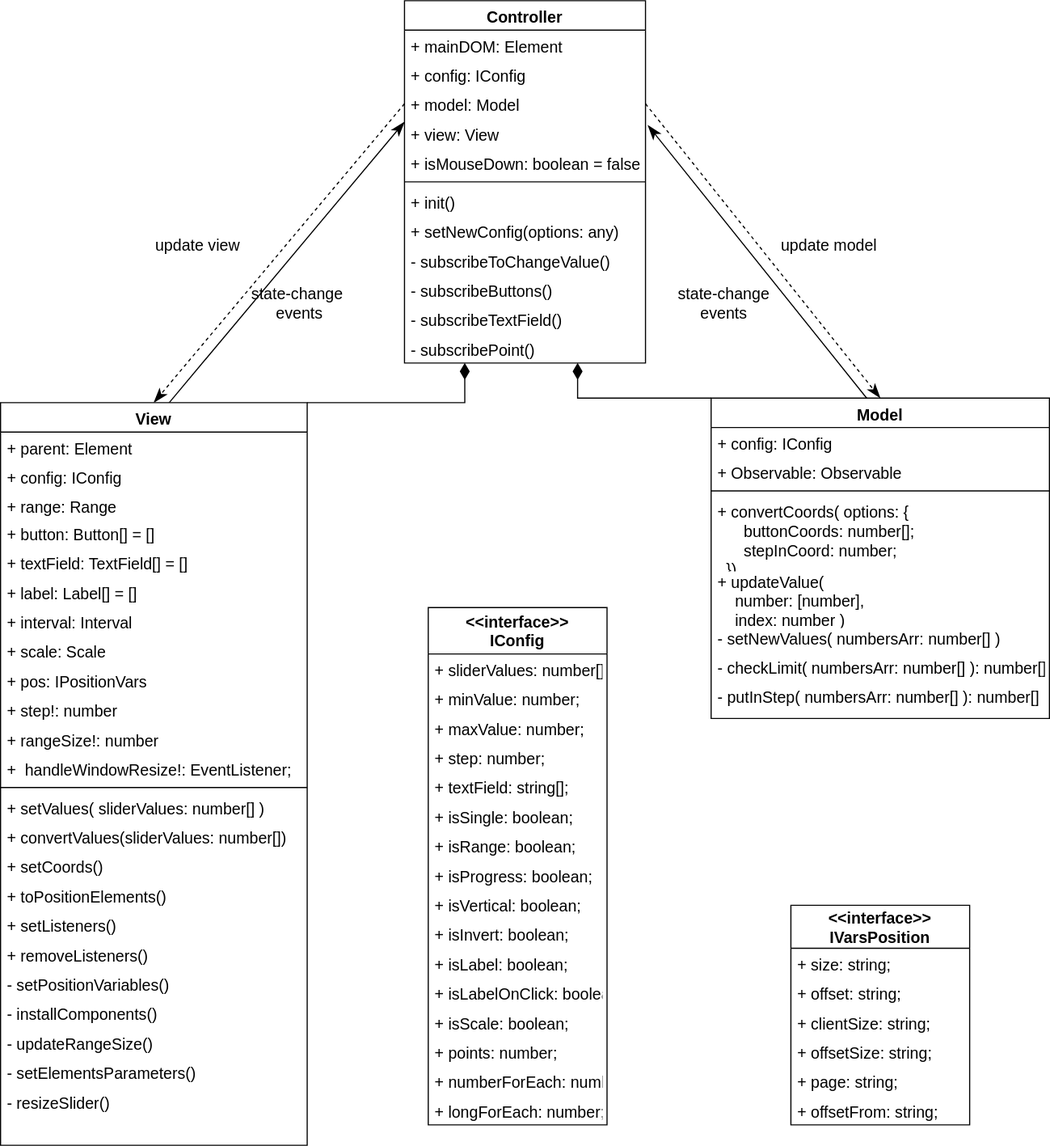
Evgeny3101/plugin keeps this draw.io diagram as uml/slider.svg. Above is the earlier version. Source tidied: cells renumbered, new cells last; positions are measured from the earlier drawing's top-left corner, leaving out a move shared by most shapes.
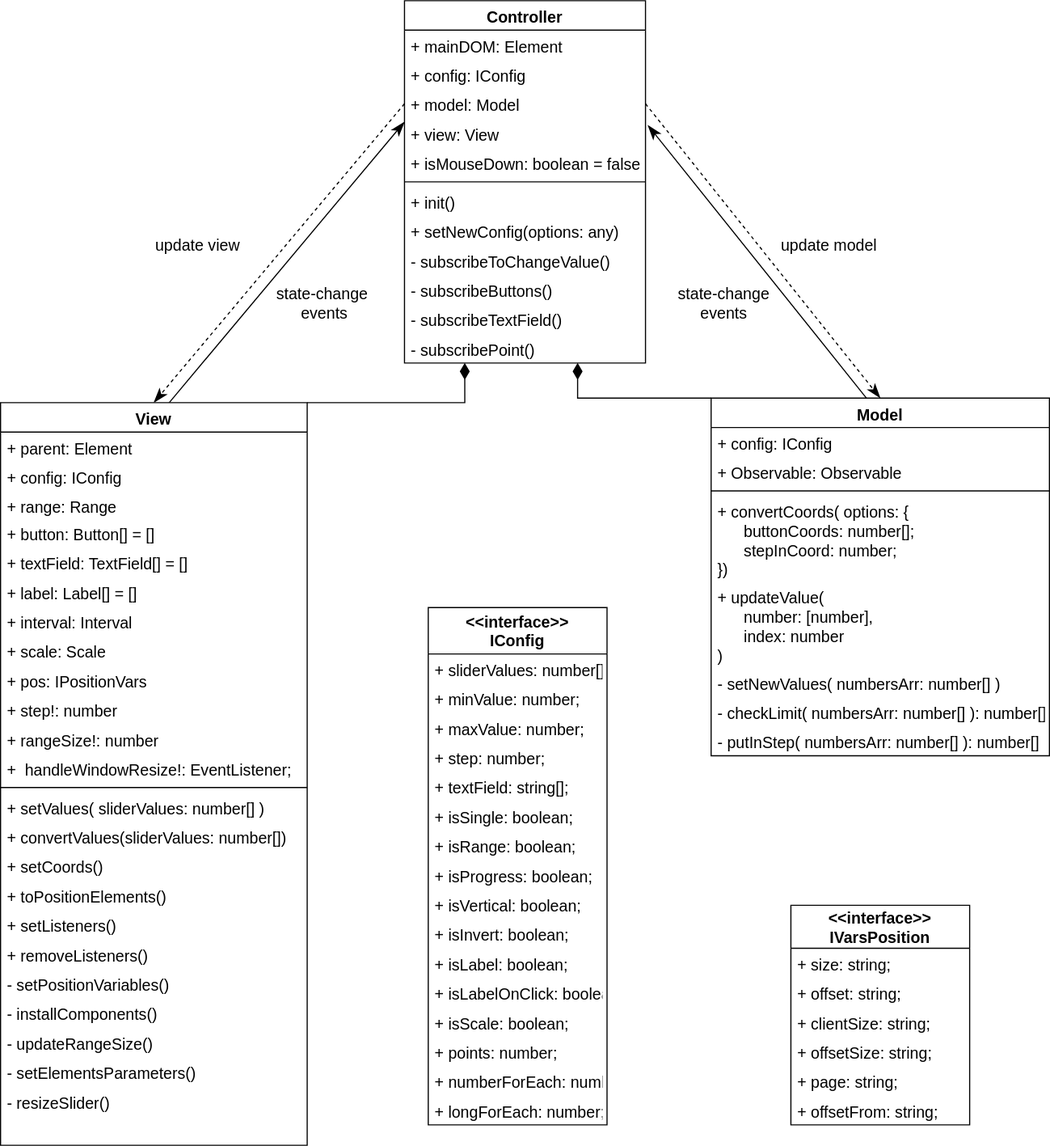
After the change.

What changed in the source:
```diff
@@ -9,7 +9,7 @@
       <mxGeometry x="684" y="205" width="95" height="21" as="geometry" />
     </mxCell>
     <mxCell id="4" value="state-change&amp;nbsp;&lt;br style=&quot;font-size: 14px;&quot;&gt;events" style="text;html=1;align=center;verticalAlign=middle;fontSize=14;" parent="1" vertex="1">
-      <mxGeometry x="216" y="248" width="95" height="38" as="geometry" />
+      <mxGeometry x="238" y="248" width="95" height="38" as="geometry" />
     </mxCell>
     <mxCell id="5" value="state-change &lt;br style=&quot;font-size: 14px;&quot;&gt;events" style="text;html=1;align=center;verticalAlign=middle;fontSize=14;" parent="1" vertex="1">
       <mxGeometry x="593" y="248" width="91" height="38" as="geometry" />
@@ -116,7 +116,7 @@
       </mxGeometry>
     </mxCell>
     <mxCell id="37" value="Model" style="swimlane;fontStyle=1;align=center;verticalAlign=top;horizontal=1;startSize=26;rounded=0;shadow=0;strokeWidth=1;fontSize=14;" parent="1" vertex="1">
-      <mxGeometry x="628" y="351" width="299" height="283" as="geometry" />
+      <mxGeometry x="628" y="351" width="299" height="316" as="geometry" />
     </mxCell>
     <mxCell id="38" value="+ config: IConfig&#10;" style="text;strokeColor=none;fillColor=none;align=left;verticalAlign=top;spacingLeft=4;spacingRight=4;overflow=hidden;rounded=1;glass=0;startSize=26;fontSize=14;" parent="37" vertex="1">
       <mxGeometry y="26" width="299" height="26" as="geometry" />
@@ -133,20 +133,20 @@
         <mxPoint y="117" as="targetPoint" />
       </mxGeometry>
     </mxCell>
-    <mxCell id="42" value="+ convertCoords( options: {&#10;      buttonCoords: number[];&#10;      stepInCoord: number;&#10;  })" style="text;strokeColor=none;fillColor=none;align=left;verticalAlign=top;spacingLeft=4;spacingRight=4;overflow=hidden;rounded=1;glass=0;startSize=26;fontSize=14;" parent="37" vertex="1">
-      <mxGeometry y="86" width="299" height="62" as="geometry" />
+    <mxCell id="42" value="+ convertCoords( options: {&#10;      buttonCoords: number[];&#10;      stepInCoord: number;  &#10;})" style="text;strokeColor=none;fillColor=none;align=left;verticalAlign=top;spacingLeft=4;spacingRight=4;overflow=hidden;rounded=1;glass=0;startSize=26;fontSize=14;" parent="37" vertex="1">
+      <mxGeometry y="86" width="299" height="76" as="geometry" />
     </mxCell>
-    <mxCell id="43" value="+ updateValue(&#10;    number: [number], &#10;    index: number )" style="text;strokeColor=none;fillColor=none;align=left;verticalAlign=top;spacingLeft=4;spacingRight=4;overflow=hidden;rounded=1;glass=0;startSize=26;fontSize=14;" parent="37" vertex="1">
-      <mxGeometry y="148" width="299" height="50" as="geometry" />
+    <mxCell id="43" value="+ updateValue(&#10;      number: [number], &#10;      index: number &#10;)" style="text;strokeColor=none;fillColor=none;align=left;verticalAlign=top;spacingLeft=4;spacingRight=4;overflow=hidden;rounded=1;glass=0;startSize=26;fontSize=14;" parent="37" vertex="1">
+      <mxGeometry y="162" width="299" height="76" as="geometry" />
     </mxCell>
     <mxCell id="44" value="- setNewValues( numbersArr: number[] )" style="text;strokeColor=none;fillColor=none;align=left;verticalAlign=top;spacingLeft=4;spacingRight=4;overflow=hidden;rounded=1;glass=0;startSize=26;fontSize=14;" parent="37" vertex="1">
-      <mxGeometry y="198" width="299" height="26" as="geometry" />
+      <mxGeometry y="238" width="299" height="26" as="geometry" />
     </mxCell>
     <mxCell id="45" value="- checkLimit( numbersArr: number[] ): number[]" style="text;strokeColor=none;fillColor=none;align=left;verticalAlign=top;spacingLeft=4;spacingRight=4;overflow=hidden;rounded=1;glass=0;startSize=26;fontSize=14;" parent="37" vertex="1">
-      <mxGeometry y="224" width="299" height="26" as="geometry" />
+      <mxGeometry y="264" width="299" height="26" as="geometry" />
     </mxCell>
     <mxCell id="46" value="- putInStep( numbersArr: number[] ): number[]" style="text;strokeColor=none;fillColor=none;align=left;verticalAlign=top;spacingLeft=4;spacingRight=4;overflow=hidden;rounded=1;glass=0;startSize=26;fontSize=14;" parent="37" vertex="1">
-      <mxGeometry y="250" width="299" height="26" as="geometry" />
+      <mxGeometry y="290" width="299" height="26" as="geometry" />
     </mxCell>
     <mxCell id="47" value="Controller&#10;" style="swimlane;fontStyle=1;align=center;verticalAlign=top;horizontal=1;startSize=26;rounded=0;shadow=0;strokeWidth=1;swimlaneFillColor=none;fontSize=14;" parent="1" vertex="1">
       <mxGeometry x="357" width="213" height="320" as="geometry" />
```
